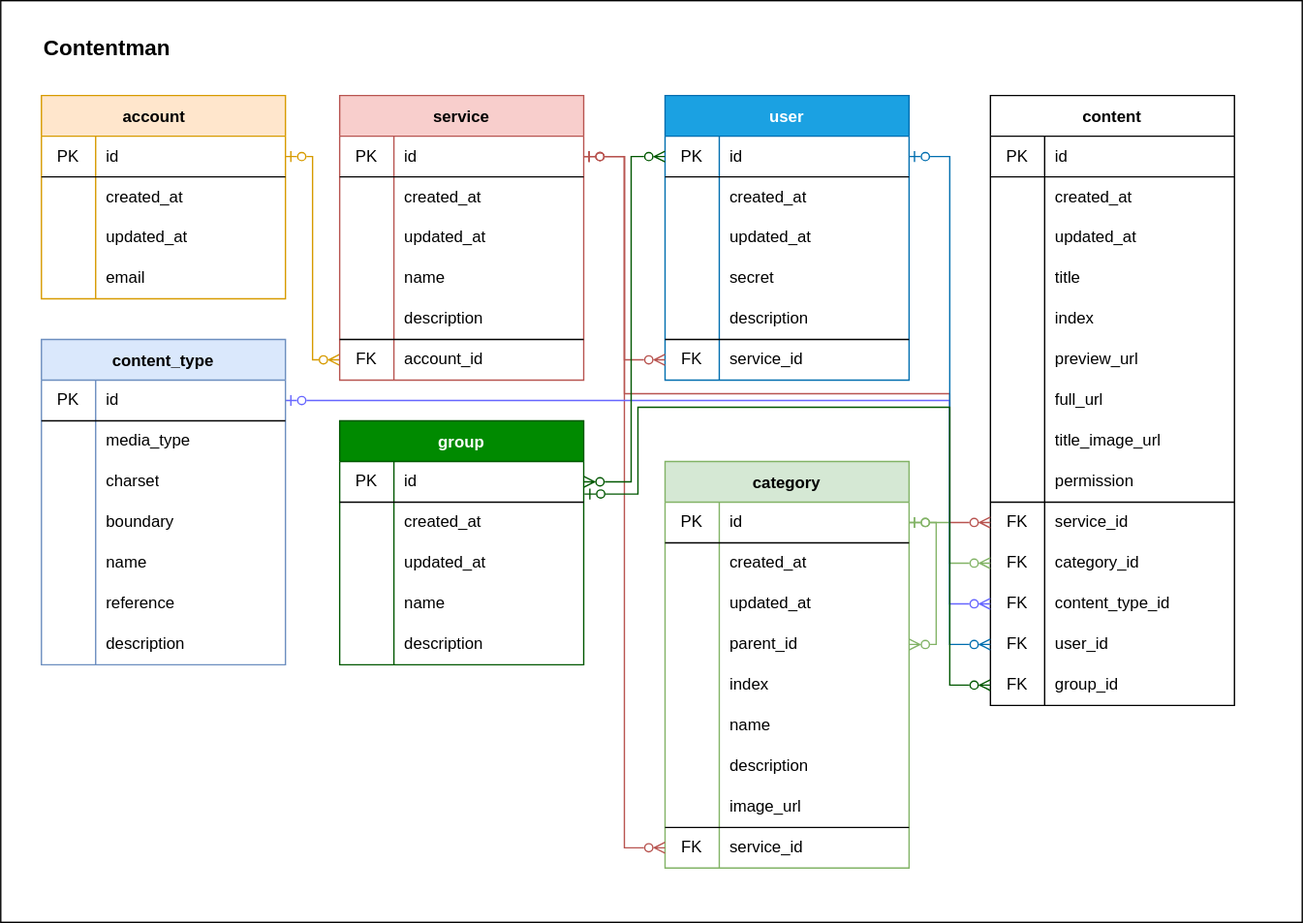
Earlier version of the draw.io export db/schema_db.svg (AleksandrMac/contentman). Source tidied: cells renumbered, new cells last; positions are measured from the earlier drawing's top-left corner, leaving out a move shared by most shapes.
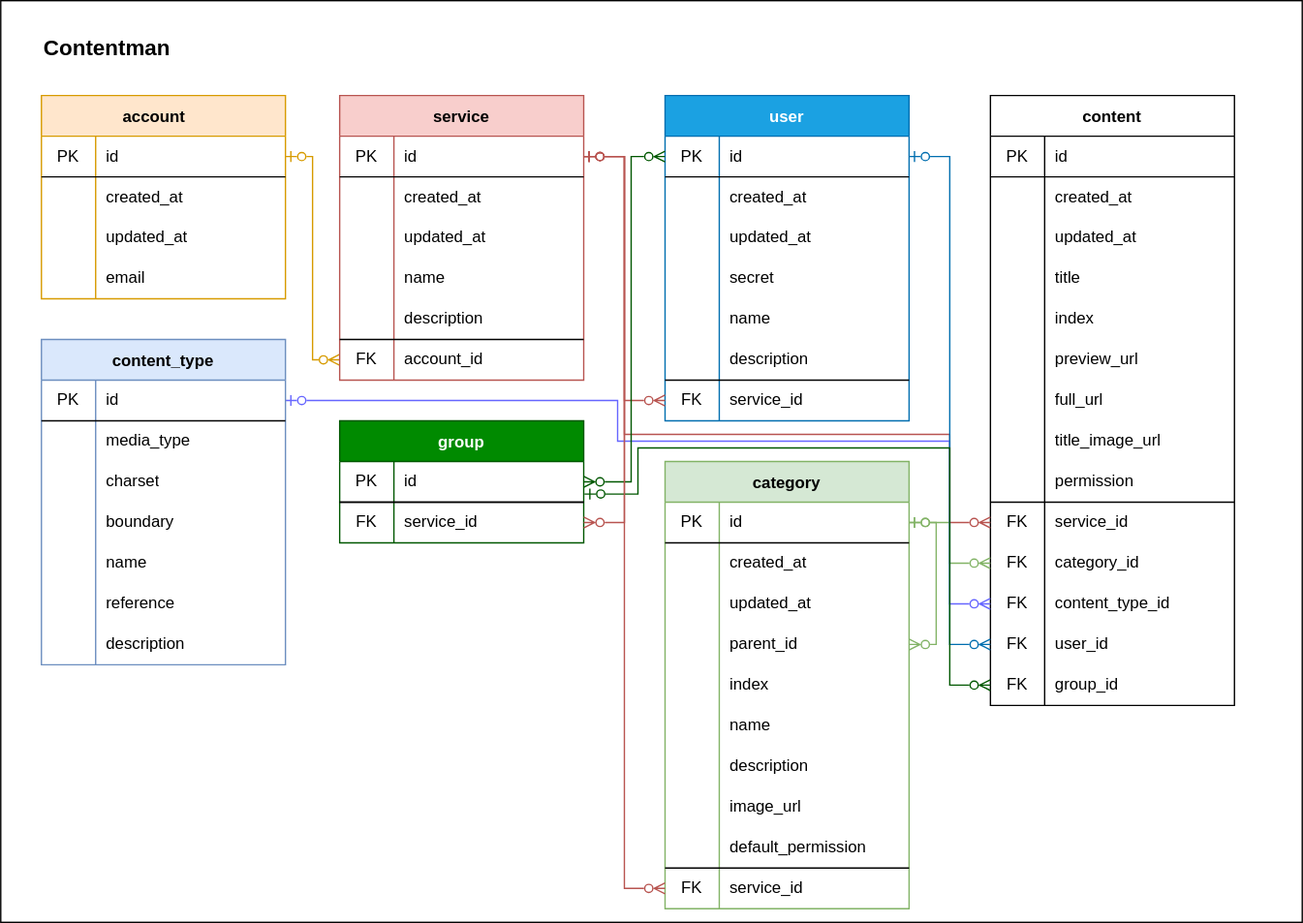
After the commit.

What changed in the source:
```diff
@@ -111,7 +111,7 @@
       <mxGeometry x="40" width="140" height="30" as="geometry" />
     </mxCell>
     <mxCell id="38" value="user" style="shape=table;startSize=30;rowLines=0;fontStyle=1;align=center;flipH=0;flipV=0;fillColor=#1ba1e2;fontColor=#ffffff;strokeColor=#006EAF;" parent="3" vertex="1">
-      <mxGeometry x="490" y="70" width="180" height="210" as="geometry" />
+      <mxGeometry x="490" y="70" width="180" height="240" as="geometry" />
     </mxCell>
     <mxCell id="39" style="shape=partialRectangle;html=1;whiteSpace=wrap;fillColor=none;top=0;left=0;bottom=1;right=0;points=[[0,0.5],[1,0.5]];portConstraint=eastwest;strokeColor=default;" parent="38" vertex="1">
       <mxGeometry y="30" width="180" height="30" as="geometry" />
@@ -149,8 +149,17 @@
     <mxCell id="50" value="secret" style="shape=partialRectangle;html=1;whiteSpace=wrap;fillColor=none;top=0;left=0;bottom=0;right=0;align=left;spacingLeft=6;overflow=hidden;strokeColor=#82b366;" parent="48" vertex="1">
       <mxGeometry x="40" width="140" height="30" as="geometry" />
     </mxCell>
+    <mxCell id="172" style="shape=partialRectangle;html=1;whiteSpace=wrap;fillColor=none;top=0;left=0;bottom=0;right=0;" parent="38" vertex="1">
+      <mxGeometry y="150" width="180" height="30" as="geometry" />
+    </mxCell>
+    <mxCell id="176" value="&lt;br/&gt;" style="shape=partialRectangle;html=1;whiteSpace=wrap;fillColor=none;top=0;left=0;bottom=0;right=0;overflow=hidden;" parent="172" vertex="1">
+      <mxGeometry width="40" height="30" as="geometry" />
+    </mxCell>
+    <mxCell id="171" value="name" style="shape=partialRectangle;html=1;whiteSpace=wrap;fillColor=none;top=0;left=0;bottom=0;right=0;align=left;spacingLeft=6;overflow=hidden;strokeColor=#82b366;" parent="172" vertex="1">
+      <mxGeometry x="40" width="140" height="30" as="geometry" />
+    </mxCell>
     <mxCell id="51" style="shape=partialRectangle;html=1;whiteSpace=wrap;fillColor=none;top=0;left=0;bottom=0;right=0;" parent="38" vertex="1">
-      <mxGeometry y="150" width="180" height="30" as="geometry" />
+      <mxGeometry y="180" width="180" height="30" as="geometry" />
     </mxCell>
     <mxCell id="52" style="shape=partialRectangle;html=1;whiteSpace=wrap;fillColor=none;top=0;left=0;bottom=0;right=0;overflow=hidden;" parent="51" vertex="1">
       <mxGeometry width="40" height="30" as="geometry" />
@@ -159,7 +168,7 @@
       <mxGeometry x="40" width="140" height="30" as="geometry" />
     </mxCell>
     <mxCell id="54" style="shape=partialRectangle;html=1;whiteSpace=wrap;fillColor=none;top=1;left=0;bottom=0;right=0;points=[[0,0.5],[1,0.5]];portConstraint=eastwest;strokeColor=default;shadow=0;sketch=0;" parent="38" vertex="1">
-      <mxGeometry y="180" width="180" height="30" as="geometry" />
+      <mxGeometry y="210" width="180" height="30" as="geometry" />
     </mxCell>
     <mxCell id="55" value="FK" style="shape=partialRectangle;html=1;whiteSpace=wrap;fillColor=none;top=0;left=0;bottom=0;right=0;overflow=hidden;" parent="54" vertex="1">
       <mxGeometry width="40" height="30" as="geometry" />
@@ -171,7 +180,7 @@
       <mxGeometry relative="1" as="geometry" />
     </mxCell>
     <mxCell id="58" value="category" style="shape=table;startSize=30;rowLines=0;fontStyle=1;align=center;flipH=0;flipV=0;fillColor=#d5e8d4;strokeColor=#82b366;" parent="3" vertex="1">
-      <mxGeometry x="490" y="340" width="180" height="300" as="geometry" />
+      <mxGeometry x="490" y="340" width="180" height="330" as="geometry" />
     </mxCell>
     <mxCell id="59" style="edgeStyle=orthogonalEdgeStyle;rounded=0;jettySize=auto;html=1;exitX=1;exitY=0.5;exitDx=0;exitDy=0;entryX=1;entryY=0.5;entryDx=0;entryDy=0;startArrow=ERzeroToOne;startFill=0;endArrow=ERzeroToMany;endFill=0;fillColor=#d5e8d4;strokeColor=#82b366;" parent="58" edge="1" source="60" target="69">
       <mxGeometry relative="1" as="geometry" />
@@ -248,8 +257,17 @@
     <mxCell id="83" value="image_url" style="shape=partialRectangle;html=1;whiteSpace=wrap;fillColor=none;top=0;left=0;bottom=0;right=0;align=left;spacingLeft=6;overflow=hidden;strokeColor=#82b366;" parent="81" vertex="1">
       <mxGeometry x="40" width="140" height="30" as="geometry" />
     </mxCell>
+    <mxCell id="177" style="shape=partialRectangle;html=1;whiteSpace=wrap;fillColor=none;top=0;left=0;bottom=0;right=0;" parent="58" vertex="1">
+      <mxGeometry y="270" width="180" height="30" as="geometry" />
+    </mxCell>
+    <mxCell id="178" style="shape=partialRectangle;html=1;whiteSpace=wrap;fillColor=none;top=0;left=0;bottom=0;right=0;overflow=hidden;" parent="177" vertex="1">
+      <mxGeometry width="40" height="30" as="geometry" />
+    </mxCell>
+    <mxCell id="179" value="default_permission" style="shape=partialRectangle;html=1;whiteSpace=wrap;fillColor=none;top=0;left=0;bottom=0;right=0;align=left;spacingLeft=6;overflow=hidden;strokeColor=#82b366;" parent="177" vertex="1">
+      <mxGeometry x="40" width="140" height="30" as="geometry" />
+    </mxCell>
     <mxCell id="84" style="shape=partialRectangle;html=1;whiteSpace=wrap;fillColor=none;top=1;left=0;bottom=0;right=0;points=[[0,0.5],[1,0.5]];portConstraint=eastwest;strokeColor=default;shadow=0;sketch=0;" parent="58" vertex="1">
-      <mxGeometry y="270" width="180" height="30" as="geometry" />
+      <mxGeometry y="300" width="180" height="30" as="geometry" />
     </mxCell>
     <mxCell id="85" value="FK" style="shape=partialRectangle;html=1;whiteSpace=wrap;fillColor=none;top=0;left=0;bottom=0;right=0;overflow=hidden;" parent="84" vertex="1">
       <mxGeometry width="40" height="30" as="geometry" />
@@ -401,8 +419,8 @@
       <mxGeometry relative="1" as="geometry">
         <Array as="points">
           <mxPoint x="460" y="115" />
-          <mxPoint x="460" y="290" />
-          <mxPoint x="700" y="290" />
+          <mxPoint x="460" y="320" />
+          <mxPoint x="700" y="320" />
           <mxPoint x="700" y="385" />
         </Array>
       </mxGeometry>
@@ -410,7 +428,9 @@
     <mxCell id="133" style="edgeStyle=orthogonalEdgeStyle;rounded=0;jettySize=auto;html=1;exitX=1;exitY=0.5;exitDx=0;exitDy=0;entryX=0;entryY=0.5;entryDx=0;entryDy=0;startArrow=ERzeroToOne;startFill=0;endArrow=ERzeroToMany;endFill=0;strokeColor=#6666FF;" parent="3" edge="1" source="138" target="122">
       <mxGeometry relative="1" as="geometry">
         <Array as="points">
-          <mxPoint x="700" y="295" />
+          <mxPoint x="455" y="295" />
+          <mxPoint x="455" y="325" />
+          <mxPoint x="700" y="325" />
           <mxPoint x="700" y="445" />
         </Array>
       </mxGeometry>
@@ -425,8 +445,8 @@
       <mxGeometry relative="1" as="geometry">
         <Array as="points">
           <mxPoint x="470" y="364" />
-          <mxPoint x="470" y="300" />
-          <mxPoint x="700" y="300" />
+          <mxPoint x="470" y="330" />
+          <mxPoint x="700" y="330" />
           <mxPoint x="700" y="505" />
         </Array>
       </mxGeometry>
@@ -498,7 +518,7 @@
       <mxGeometry x="40" width="140" height="30" as="geometry" />
     </mxCell>
     <mxCell id="159" value="group" style="shape=table;startSize=30;rowLines=0;fontStyle=1;align=center;flipH=0;flipV=0;fillColor=#008a00;fontColor=#ffffff;strokeColor=#005700;" parent="3" vertex="1">
-      <mxGeometry x="250" y="310" width="180" height="180" as="geometry" />
+      <mxGeometry x="250" y="310" width="180" height="90" as="geometry" />
     </mxCell>
     <mxCell id="160" style="shape=partialRectangle;html=1;whiteSpace=wrap;fillColor=none;top=0;left=0;bottom=1;right=0;points=[[0,0.5],[1,0.5]];portConstraint=eastwest;strokeColor=default;" parent="159" vertex="1">
       <mxGeometry y="30" width="180" height="30" as="geometry" />
@@ -509,42 +529,15 @@
     <mxCell id="162" value="id" style="shape=partialRectangle;html=1;whiteSpace=wrap;fillColor=none;top=0;left=0;bottom=0;right=0;align=left;spacingLeft=6;overflow=hidden;strokeColor=default;" parent="160" vertex="1">
       <mxGeometry x="40" width="140" height="30" as="geometry" />
     </mxCell>
-    <mxCell id="163" style="shape=partialRectangle;html=1;whiteSpace=wrap;fillColor=none;top=0;left=0;bottom=0;right=0;" parent="159" vertex="1">
-      <mxGeometry y="60" width="180" height="30" as="geometry" />
-    </mxCell>
-    <mxCell id="164" style="shape=partialRectangle;html=1;whiteSpace=wrap;fillColor=none;top=0;left=0;bottom=0;right=0;overflow=hidden;" parent="163" vertex="1">
-      <mxGeometry width="40" height="30" as="geometry" />
-    </mxCell>
-    <mxCell id="165" value="&lt;div&gt;created_at&lt;/div&gt;" style="shape=partialRectangle;html=1;whiteSpace=wrap;fillColor=none;top=0;left=0;bottom=0;right=0;align=left;spacingLeft=6;overflow=hidden;strokeColor=#82b366;" parent="163" vertex="1">
-      <mxGeometry x="40" width="140" height="30" as="geometry" />
-    </mxCell>
-    <mxCell id="166" style="shape=partialRectangle;html=1;whiteSpace=wrap;fillColor=none;top=0;left=0;bottom=0;right=0;" parent="159" vertex="1">
-      <mxGeometry y="90" width="180" height="30" as="geometry" />
-    </mxCell>
-    <mxCell id="167" value="&lt;br/&gt;" style="shape=partialRectangle;html=1;whiteSpace=wrap;fillColor=none;top=0;left=0;bottom=0;right=0;overflow=hidden;" parent="166" vertex="1">
-      <mxGeometry width="40" height="30" as="geometry" />
-    </mxCell>
-    <mxCell id="168" value="updated_at" style="shape=partialRectangle;html=1;whiteSpace=wrap;fillColor=none;top=0;left=0;bottom=0;right=0;align=left;spacingLeft=6;overflow=hidden;strokeColor=#82b366;" parent="166" vertex="1">
-      <mxGeometry x="40" width="140" height="30" as="geometry" />
-    </mxCell>
-    <mxCell id="169" style="shape=partialRectangle;html=1;whiteSpace=wrap;fillColor=none;top=0;left=0;bottom=0;right=0;" parent="159" vertex="1">
-      <mxGeometry y="120" width="180" height="30" as="geometry" />
-    </mxCell>
-    <mxCell id="170" value="&lt;br/&gt;" style="shape=partialRectangle;html=1;whiteSpace=wrap;fillColor=none;top=0;left=0;bottom=0;right=0;overflow=hidden;" parent="169" vertex="1">
-      <mxGeometry width="40" height="30" as="geometry" />
-    </mxCell>
-    <mxCell id="171" value="name" style="shape=partialRectangle;html=1;whiteSpace=wrap;fillColor=none;top=0;left=0;bottom=0;right=0;align=left;spacingLeft=6;overflow=hidden;strokeColor=#82b366;" parent="169" vertex="1">
-      <mxGeometry x="40" width="140" height="30" as="geometry" />
-    </mxCell>
-    <mxCell id="172" style="shape=partialRectangle;html=1;whiteSpace=wrap;fillColor=none;top=0;left=0;bottom=0;right=0;" parent="159" vertex="1">
-      <mxGeometry y="150" width="180" height="30" as="geometry" />
-    </mxCell>
-    <mxCell id="173" style="shape=partialRectangle;html=1;whiteSpace=wrap;fillColor=none;top=0;left=0;bottom=0;right=0;overflow=hidden;" parent="172" vertex="1">
-      <mxGeometry width="40" height="30" as="geometry" />
-    </mxCell>
-    <mxCell id="174" value="&lt;div&gt;description&lt;/div&gt;" style="shape=partialRectangle;html=1;whiteSpace=wrap;fillColor=none;top=0;left=0;bottom=0;right=0;align=left;spacingLeft=6;overflow=hidden;strokeColor=#82b366;" parent="172" vertex="1">
-      <mxGeometry x="40" width="140" height="30" as="geometry" />
-    </mxCell>
+    <mxCell id="180" style="shape=partialRectangle;html=1;whiteSpace=wrap;fillColor=none;top=1;left=0;bottom=0;right=0;points=[[0,0.5],[1,0.5]];portConstraint=eastwest;" parent="159" vertex="1">
+      <mxGeometry y="60" width="180" height="30" as="geometry" />
+    </mxCell>
+    <mxCell id="181" value="FK" style="shape=partialRectangle;html=1;whiteSpace=wrap;fillColor=none;top=0;left=0;bottom=0;right=0;overflow=hidden;" parent="180" vertex="1">
+      <mxGeometry width="40" height="30" as="geometry" />
+    </mxCell>
+    <mxCell id="182" value="service_id" style="shape=partialRectangle;html=1;whiteSpace=wrap;fillColor=none;top=0;left=0;bottom=0;right=0;align=left;spacingLeft=6;overflow=hidden;strokeColor=#82b366;" parent="180" vertex="1">
+      <mxGeometry x="40" width="140" height="30" as="geometry" />
+    </mxCell>
     <mxCell id="175" style="edgeStyle=orthogonalEdgeStyle;rounded=0;jettySize=auto;html=1;exitX=1;exitY=0.5;exitDx=0;exitDy=0;entryX=0;entryY=0.5;entryDx=0;entryDy=0;startArrow=ERzeroToMany;startFill=0;endArrow=ERzeroToMany;endFill=0;fillColor=#008a00;strokeColor=#005700;" parent="3" edge="1" source="160" target="39">
       <mxGeometry relative="1" as="geometry">
         <Array as="points">
@@ -553,5 +546,13 @@
         </Array>
       </mxGeometry>
     </mxCell>
+    <mxCell id="183" style="edgeStyle=orthogonalEdgeStyle;rounded=0;jettySize=auto;html=1;entryX=1;entryY=0.5;entryDx=0;entryDy=0;fillColor=#f8cecc;strokeColor=#b85450;endArrow=ERzeroToMany;endFill=0;startArrow=ERzeroToOne;startFill=0;" parent="3" edge="1" source="20" target="180">
+      <mxGeometry relative="1" as="geometry">
+        <Array as="points">
+          <mxPoint x="460" y="115" />
+          <mxPoint x="460" y="385" />
+        </Array>
+      </mxGeometry>
+    </mxCell>
   </root>
 </mxGraphModel>
```
